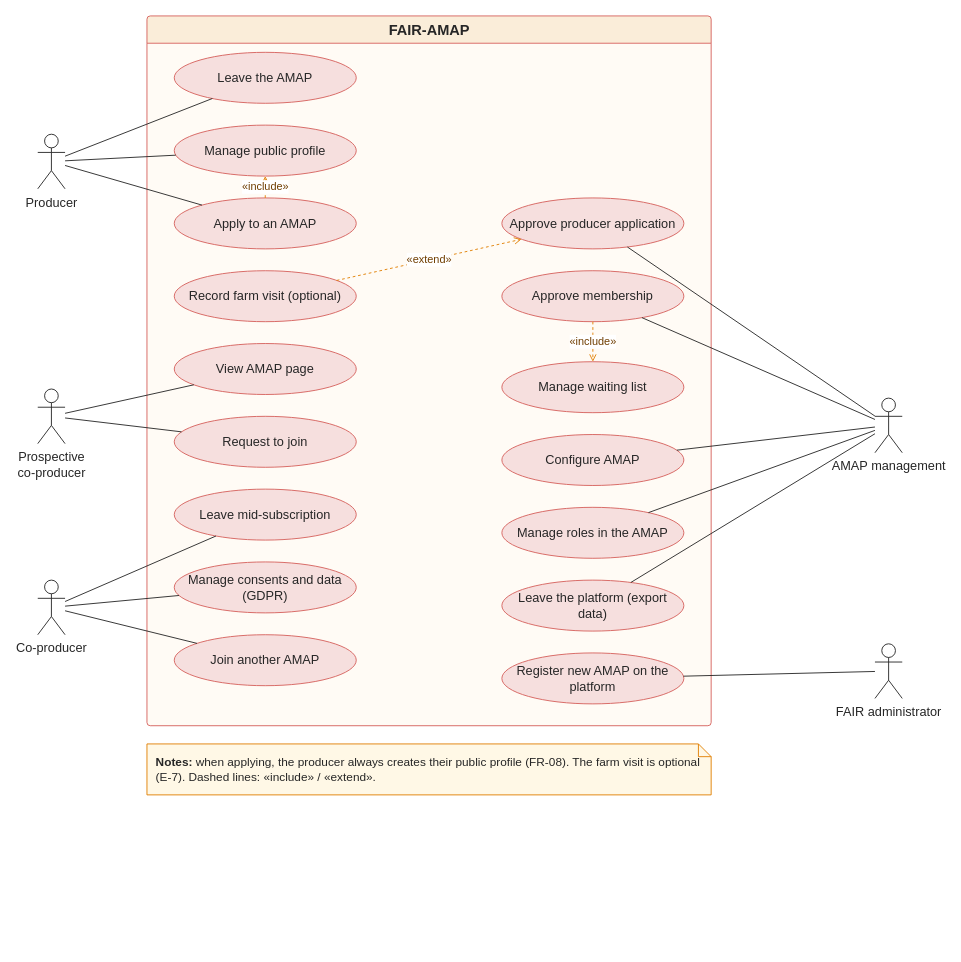
This is docs/requisitos/diagramas/casos_uso/CasosUsoRF01EN.drawio from BrunoAlvees/engreq_2627_G02, a draw.io file, before an edit. Source tidied: cells renumbered, new cells numbered last; positions are measured from the earlier drawing's top-left corner, leaving out a move shared by most shapes. Both pictures are drawn from the tidied source at 91%, with x=0, y=0 at pixel (37, 15).
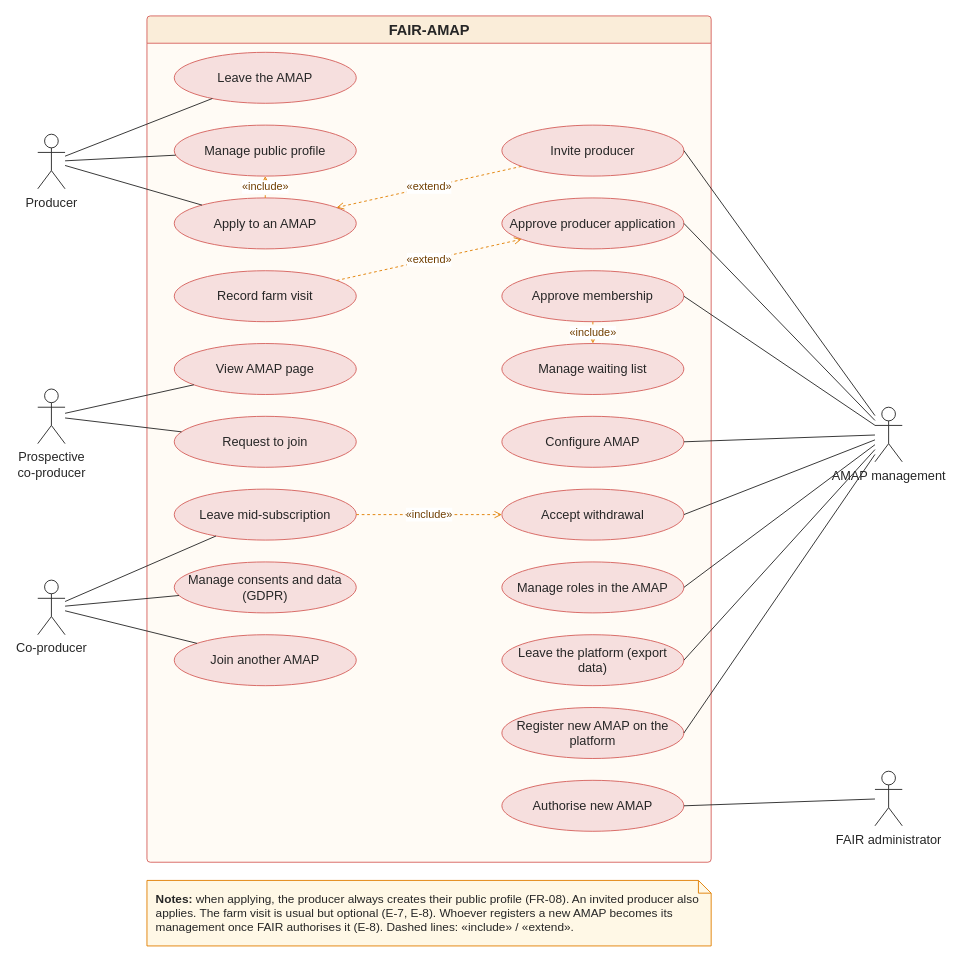
The same page after the edit.

The change refers to these unchanged cells:
```xml
<mxCell id="5" value="Apply to an AMAP" style="ellipse;whiteSpace=wrap;html=1;fontSize=14;fillColor=#F6DFDE;strokeColor=#D6615C;fontColor=#262626;" parent="2" vertex="1">
  <mxGeometry x="30" y="200" width="200" height="56" as="geometry" />
</mxCell>
<mxCell id="9" value="Leave mid-subscription" style="ellipse;whiteSpace=wrap;html=1;fontSize=14;fillColor=#F6DFDE;strokeColor=#D6615C;fontColor=#262626;" parent="2" vertex="1">
  <mxGeometry x="30" y="520" width="200" height="56" as="geometry" />
</mxCell>
<mxCell id="12" value="Approve producer application" style="ellipse;whiteSpace=wrap;html=1;fontSize=14;fillColor=#F6DFDE;strokeColor=#D6615C;fontColor=#262626;" parent="2" vertex="1">
  <mxGeometry x="390" y="200" width="200" height="56" as="geometry" />
</mxCell>
<mxCell id="13" value="Approve membership" style="ellipse;whiteSpace=wrap;html=1;fontSize=14;fillColor=#F6DFDE;strokeColor=#D6615C;fontColor=#262626;" parent="2" vertex="1">
  <mxGeometry x="390" y="280" width="200" height="56" as="geometry" />
</mxCell>
```

What changed in the source:
```diff
@@
     <mxCell id="2" value="FAIR-AMAP" style="swimlane;startSize=30;html=1;fontSize=16;fontStyle=1;fillColor=#FAEDD9;strokeColor=#D6615C;fontColor=#262626;swimlaneFillColor=#FFFBF5;rounded=1;arcSize=4;" parent="1" vertex="1">
-      <mxGeometry x="120" width="620" height="780" as="geometry" />
+      <mxGeometry x="120" width="620" height="930" as="geometry" />
     </mxCell>
@@
-    <mxCell id="6" value="Record farm visit (optional)" style="ellipse;whiteSpace=wrap;html=1;fontSize=14;fillColor=#F6DFDE;strokeColor=#D6615C;fontColor=#262626;" parent="2" vertex="1">
+    <mxCell id="6" value="Record farm visit" style="ellipse;whiteSpace=wrap;html=1;fontSize=14;fillColor=#F6DFDE;strokeColor=#D6615C;fontColor=#262626;" parent="2" vertex="1">
       <mxGeometry x="30" y="280" width="200" height="56" as="geometry" />
     </mxCell>
@@
     <mxCell id="14" value="Manage waiting list" style="ellipse;whiteSpace=wrap;html=1;fontSize=14;fillColor=#F6DFDE;strokeColor=#D6615C;fontColor=#262626;" parent="2" vertex="1">
-      <mxGeometry x="390" y="380" width="200" height="56" as="geometry" />
+      <mxGeometry x="390" y="360" width="200" height="56" as="geometry" />
     </mxCell>
     <mxCell id="15" value="Configure AMAP" style="ellipse;whiteSpace=wrap;html=1;fontSize=14;fillColor=#F6DFDE;strokeColor=#D6615C;fontColor=#262626;" parent="2" vertex="1">
-      <mxGeometry x="390" y="460" width="200" height="56" as="geometry" />
+      <mxGeometry x="390" y="440" width="200" height="56" as="geometry" />
     </mxCell>
     <mxCell id="16" value="Manage roles in the AMAP" style="ellipse;whiteSpace=wrap;html=1;fontSize=14;fillColor=#F6DFDE;strokeColor=#D6615C;fontColor=#262626;" parent="2" vertex="1">
-      <mxGeometry x="390" y="540" width="200" height="56" as="geometry" />
+      <mxGeometry x="390" y="600" width="200" height="56" as="geometry" />
     </mxCell>
     <mxCell id="17" value="Leave the platform (export data)" style="ellipse;whiteSpace=wrap;html=1;fontSize=14;fillColor=#F6DFDE;strokeColor=#D6615C;fontColor=#262626;" parent="2" vertex="1">
-      <mxGeometry x="390" y="620" width="200" height="56" as="geometry" />
+      <mxGeometry x="390" y="680" width="200" height="56" as="geometry" />
     </mxCell>
     <mxCell id="18" value="Register new AMAP on the platform" style="ellipse;whiteSpace=wrap;html=1;fontSize=14;fillColor=#F6DFDE;strokeColor=#D6615C;fontColor=#262626;" parent="2" vertex="1">
-      <mxGeometry x="390" y="700" width="200" height="56" as="geometry" />
+      <mxGeometry x="390" y="760" width="200" height="56" as="geometry" />
     </mxCell>
@@
     <mxCell id="22" value="AMAP management" style="shape=umlActor;verticalLabelPosition=bottom;verticalAlign=top;html=1;fontSize=14;fillColor=#FFFFFF;strokeColor=#262626;fontColor=#262626;labelPerimeter=1;" parent="1" vertex="1">
-      <mxGeometry x="920" y="420" width="30" height="60" as="geometry" />
+      <mxGeometry x="920" y="430" width="30" height="60" as="geometry" />
     </mxCell>
     <mxCell id="23" value="FAIR administrator" style="shape=umlActor;verticalLabelPosition=bottom;verticalAlign=top;html=1;fontSize=14;fillColor=#FFFFFF;strokeColor=#262626;fontColor=#262626;labelPerimeter=1;" parent="1" vertex="1">
-      <mxGeometry x="920" y="690" width="30" height="60" as="geometry" />
+      <mxGeometry x="920" y="830" width="30" height="60" as="geometry" />
     </mxCell>
@@
-    <mxCell id="32" style="endArrow=none;html=1;strokeColor=#262626;" parent="1" edge="1" source="22" target="12">
+    <mxCell id="32" style="endArrow=none;html=1;strokeColor=#262626;entryX=1;entryY=0.5;entryDx=0;entryDy=0;" parent="1" edge="1" source="22" target="12">
       <mxGeometry relative="1" as="geometry" />
     </mxCell>
-    <mxCell id="33" style="endArrow=none;html=1;strokeColor=#262626;" parent="1" edge="1" source="22" target="13">
+    <mxCell id="33" style="endArrow=none;html=1;strokeColor=#262626;entryX=1;entryY=0.5;entryDx=0;entryDy=0;" parent="1" edge="1" source="22" target="13">
       <mxGeometry relative="1" as="geometry" />
     </mxCell>
-    <mxCell id="34" style="endArrow=none;html=1;strokeColor=#262626;" parent="1" edge="1" source="22" target="15">
+    <mxCell id="34" style="endArrow=none;html=1;strokeColor=#262626;entryX=1;entryY=0.5;entryDx=0;entryDy=0;" parent="1" edge="1" source="22" target="15">
       <mxGeometry relative="1" as="geometry" />
     </mxCell>
-    <mxCell id="35" style="endArrow=none;html=1;strokeColor=#262626;" parent="1" edge="1" source="22" target="16">
+    <mxCell id="35" style="endArrow=none;html=1;strokeColor=#262626;entryX=1;entryY=0.5;entryDx=0;entryDy=0;" parent="1" edge="1" source="22" target="16">
       <mxGeometry relative="1" as="geometry" />
     </mxCell>
-    <mxCell id="36" style="endArrow=none;html=1;strokeColor=#262626;" parent="1" edge="1" source="22" target="17">
+    <mxCell id="36" style="endArrow=none;html=1;strokeColor=#262626;entryX=1;entryY=0.5;entryDx=0;entryDy=0;" parent="1" edge="1" source="22" target="17">
       <mxGeometry relative="1" as="geometry" />
     </mxCell>
-    <mxCell id="37" style="endArrow=none;html=1;strokeColor=#262626;" parent="1" edge="1" source="23" target="18">
+    <mxCell id="37" style="endArrow=none;html=1;strokeColor=#262626;entryX=1;entryY=0.5;entryDx=0;entryDy=0;" parent="1" edge="1" source="23" target="44">
       <mxGeometry relative="1" as="geometry" />
     </mxCell>
@@
-    <mxCell id="41" value="&lt;b&gt;Notes:&lt;/b&gt; when applying, the producer always creates their public profile (FR-08). The farm visit is optional (E-7). Dashed lines: «include» / «extend»." style="shape=note;whiteSpace=wrap;html=1;size=14;fontSize=13;fillColor=#FFF8E6;strokeColor=#E17E00;fontColor=#262626;align=left;spacingLeft=8;" parent="1" vertex="1">
-      <mxGeometry x="120" y="800" width="620" height="56" as="geometry" />
+    <mxCell id="41" value="&lt;b&gt;Notes:&lt;/b&gt; when applying, the producer always creates their public profile (FR-08). An invited producer also applies. The farm visit is usual but optional (E-7, E-8). Whoever registers a new AMAP becomes its management once FAIR authorises it (E-8). Dashed lines: «include» / «extend»." style="shape=note;whiteSpace=wrap;html=1;size=14;fontSize=13;fillColor=#FFF8E6;strokeColor=#E17E00;fontColor=#262626;align=left;spacingLeft=8;" parent="1" vertex="1">
+      <mxGeometry x="120" y="950" width="620" height="72" as="geometry" />
     </mxCell>
+    <mxCell id="42" value="Invite producer" style="ellipse;whiteSpace=wrap;html=1;fontSize=14;fillColor=#F6DFDE;strokeColor=#D6615C;fontColor=#262626;" parent="2" vertex="1">
+      <mxGeometry x="390" y="120" width="200" height="56" as="geometry" />
+    </mxCell>
+    <mxCell id="43" value="Accept withdrawal" style="ellipse;whiteSpace=wrap;html=1;fontSize=14;fillColor=#F6DFDE;strokeColor=#D6615C;fontColor=#262626;" parent="2" vertex="1">
+      <mxGeometry x="390" y="520" width="200" height="56" as="geometry" />
+    </mxCell>
+    <mxCell id="44" value="Authorise new AMAP" style="ellipse;whiteSpace=wrap;html=1;fontSize=14;fillColor=#F6DFDE;strokeColor=#D6615C;fontColor=#262626;" parent="2" vertex="1">
+      <mxGeometry x="390" y="840" width="200" height="56" as="geometry" />
+    </mxCell>
+    <mxCell id="45" style="endArrow=none;html=1;strokeColor=#262626;entryX=1;entryY=0.5;entryDx=0;entryDy=0;" parent="1" edge="1" source="22" target="18">
+      <mxGeometry relative="1" as="geometry" />
+    </mxCell>
+    <mxCell id="46" style="endArrow=none;html=1;strokeColor=#262626;entryX=1;entryY=0.5;entryDx=0;entryDy=0;" parent="1" edge="1" source="22" target="42">
+      <mxGeometry relative="1" as="geometry" />
+    </mxCell>
+    <mxCell id="47" style="endArrow=none;html=1;strokeColor=#262626;entryX=1;entryY=0.5;entryDx=0;entryDy=0;" parent="1" edge="1" source="22" target="43">
+      <mxGeometry relative="1" as="geometry" />
+    </mxCell>
+    <mxCell id="48" value="«extend»" style="dashed=1;endArrow=open;html=1;strokeColor=#E17E00;fontColor=#703E00;fontSize=12;labelBackgroundColor=default;" parent="2" edge="1" source="42" target="5">
+      <mxGeometry relative="1" as="geometry" />
+    </mxCell>
+    <mxCell id="49" value="«include»" style="dashed=1;endArrow=open;html=1;strokeColor=#E17E00;fontColor=#703E00;fontSize=12;labelBackgroundColor=default;" parent="2" edge="1" source="9" target="43">
+      <mxGeometry relative="1" as="geometry" />
+    </mxCell>
```
